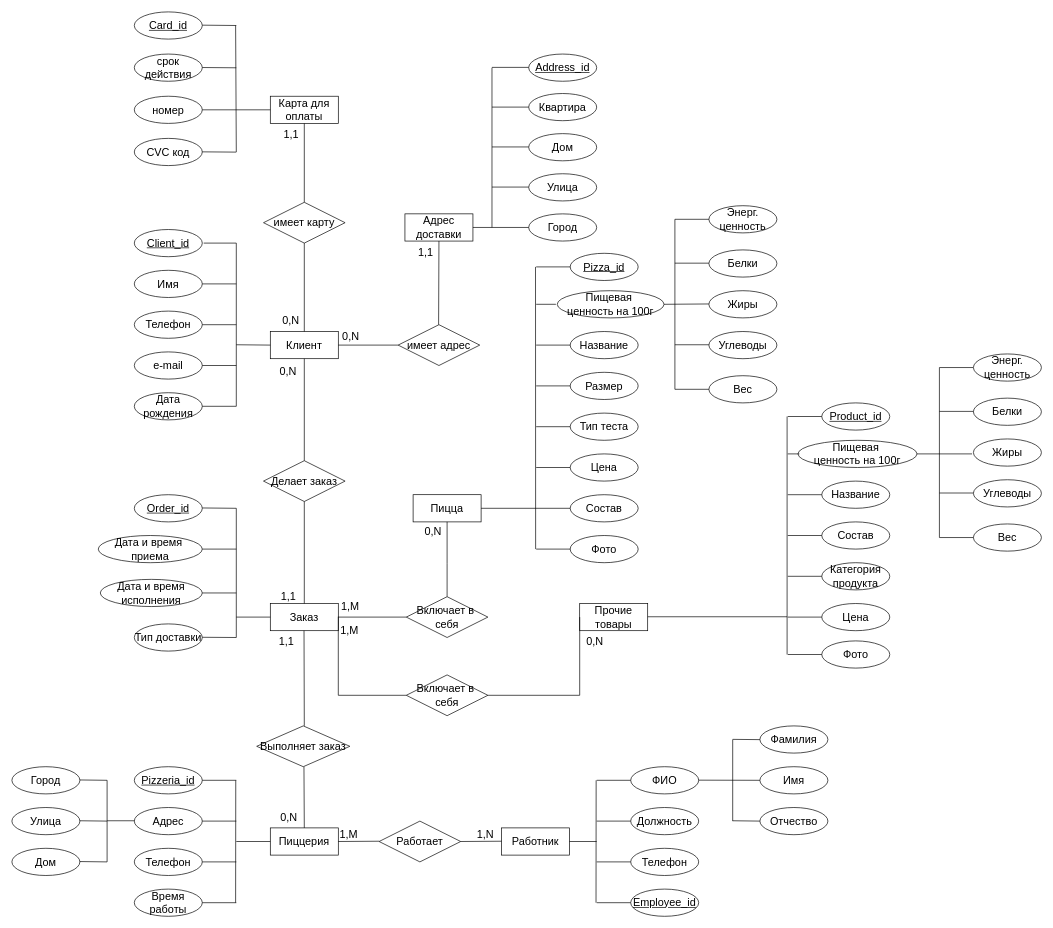
Earlier version of the draw.io diagram er_dodo.drawio (iudinads/ER-diagrams). Source tidied: cells renumbered, new cells numbered last; positions are measured from the earlier drawing's top-left corner, leaving out a move shared by most shapes. Both pictures are drawn from the tidied source at 68%, with x=0, y=0 at pixel (12, 12).
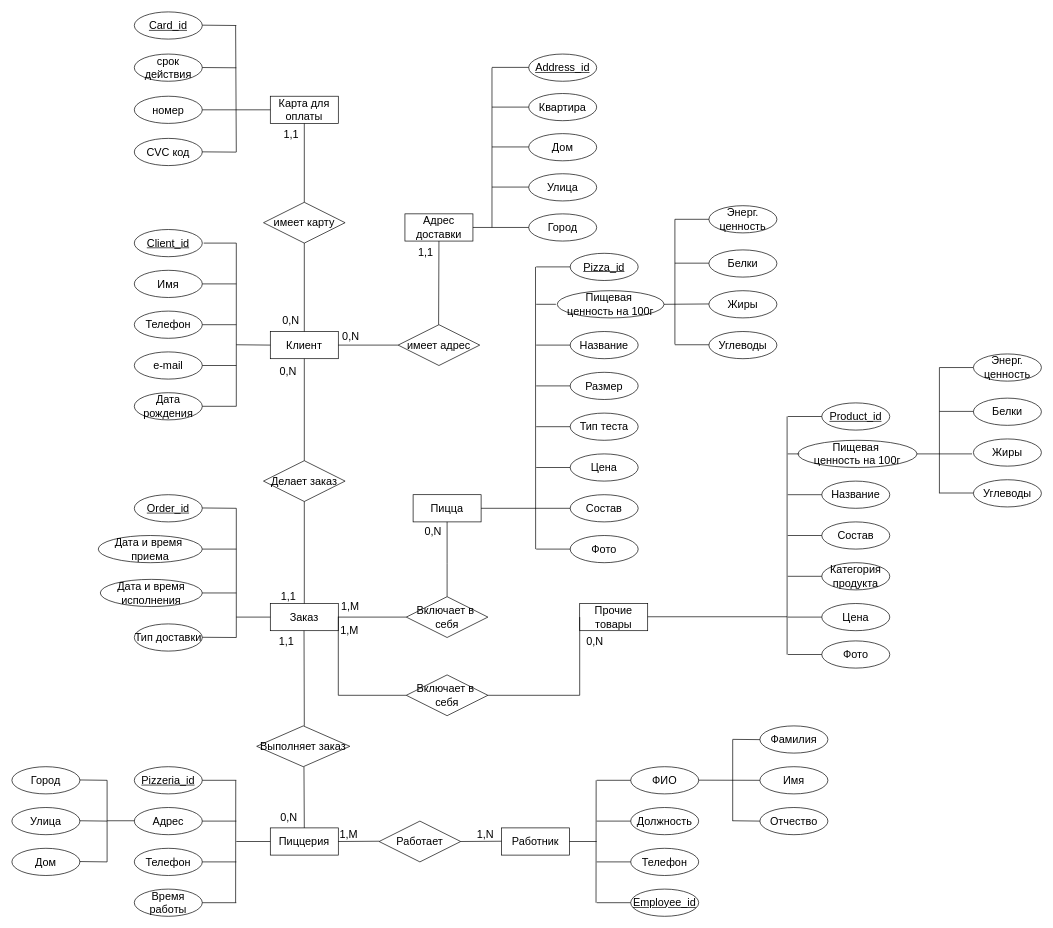
The same page after the edit.

Diff of the diagram source:
```diff
@@
-    <mxCell id="98" value="Вес" style="ellipse;whiteSpace=wrap;html=1;align=center;fontSize=16;" parent="1" vertex="1">
-      <mxGeometry x="1025" y="535" width="100" height="40" as="geometry" />
-    </mxCell>
@@
-    <mxCell id="103" style="endArrow=none;html=1;rounded=0;exitX=1;exitY=0.5;exitDx=0;exitDy=0;fontSize=16;" parent="1" edge="1">
-      <mxGeometry relative="1" as="geometry">
-        <mxPoint x="975" y="555" as="sourcePoint" />
-        <mxPoint x="1025" y="555" as="targetPoint" />
-      </mxGeometry>
-    </mxCell>
     <mxCell id="104" style="endArrow=none;html=1;rounded=0;fontSize=16;" parent="1" edge="1">
       <mxGeometry relative="1" as="geometry">
         <mxPoint x="975" y="305" as="sourcePoint" />
-        <mxPoint x="975" y="555" as="targetPoint" />
+        <mxPoint x="975" y="489" as="targetPoint" />
       </mxGeometry>
     </mxCell>
@@
-    <mxCell id="124" value="Вес" style="ellipse;whiteSpace=wrap;html=1;align=center;fontSize=16;" parent="1" vertex="1">
-      <mxGeometry x="1414" y="753" width="100" height="40" as="geometry" />
-    </mxCell>
@@
-    <mxCell id="129" style="endArrow=none;html=1;rounded=0;exitX=1;exitY=0.5;exitDx=0;exitDy=0;fontSize=16;" parent="1" edge="1">
-      <mxGeometry relative="1" as="geometry">
-        <mxPoint x="1364" y="773" as="sourcePoint" />
-        <mxPoint x="1414" y="773" as="targetPoint" />
-      </mxGeometry>
-    </mxCell>
     <mxCell id="130" style="endArrow=none;html=1;rounded=0;fontSize=16;" parent="1" edge="1">
       <mxGeometry relative="1" as="geometry">
         <mxPoint x="1364" y="523" as="sourcePoint" />
-        <mxPoint x="1364" y="773" as="targetPoint" />
+        <mxPoint x="1364" y="708" as="targetPoint" />
       </mxGeometry>
     </mxCell>
```
